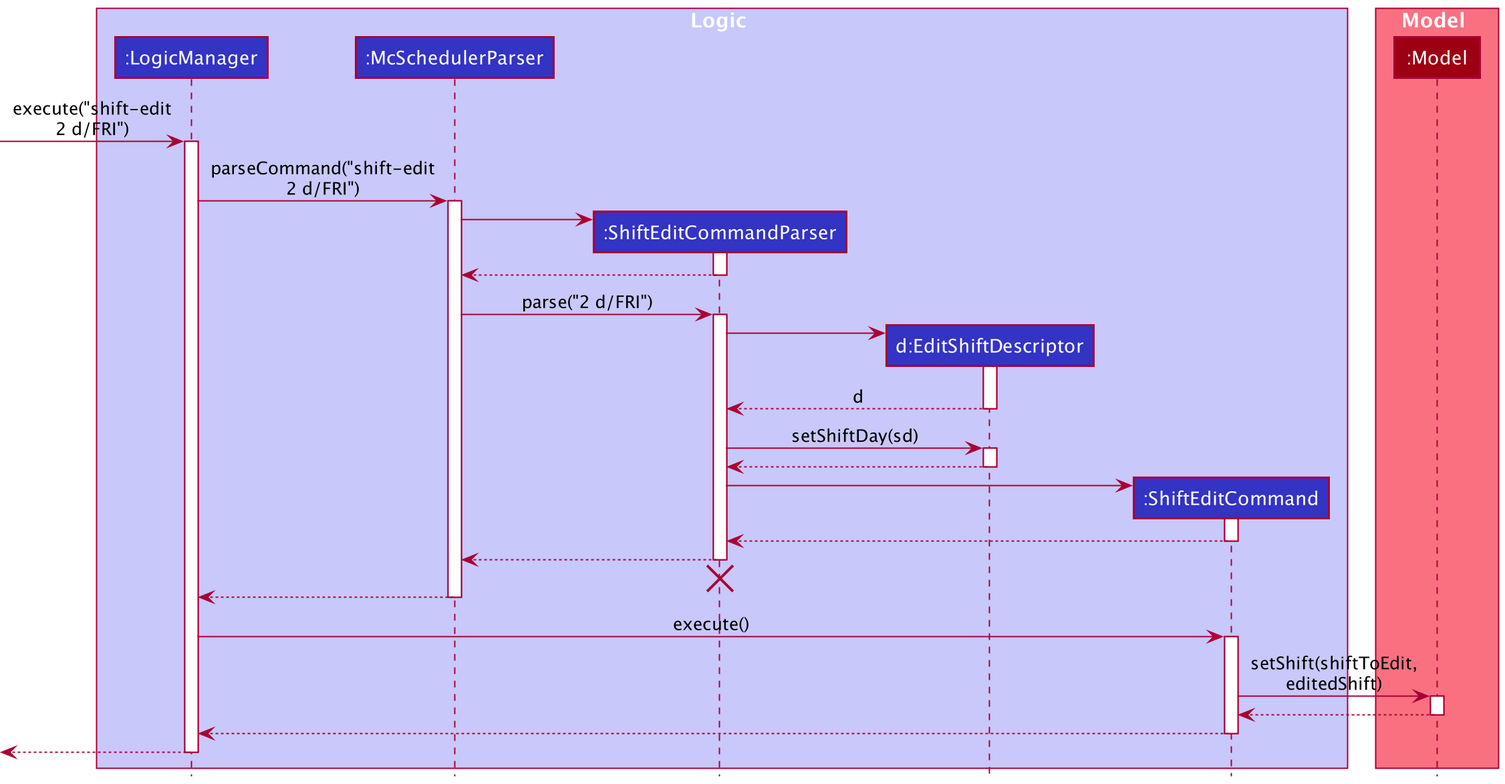
Above: docs/images/EditShiftSequenceDiagram.png in wakululuu/tp (PlantUML), before the change.
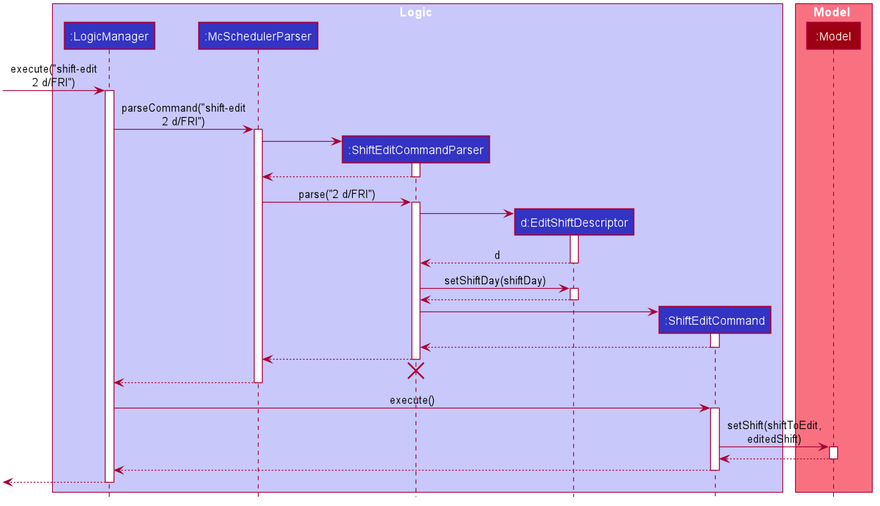
The same file after the commit.

What changed in the source:
```diff
@@ -1,16 +1,65 @@
 @startuml
-!include style.puml
 
-box Logic LOGIC_COLOR_T1
-participant ":LogicManager" as LogicManager LOGIC_COLOR
-participant ":McSchedulerParser" as McSchedulerParser LOGIC_COLOR
-participant ":ShiftEditCommandParser" as ShiftEditCommandParser LOGIC_COLOR
-participant "d:EditShiftDescriptor" as EditShiftDescriptor LOGIC_COLOR
-participant ":ShiftEditCommand" as ShiftEditCommand LOGIC_COLOR
+
+
+
+
+
+
+
+skinparam BackgroundColor #FFFFFFF
+
+skinparam Shadowing false
+
+skinparam Class {
+    FontColor #FFFFFF
+    BorderThickness 1
+    BorderColor #FFFFFF
+    StereotypeFontColor #FFFFFF
+    FontName Arial
+    AttributeFontColor #FFFFFF
+    AttributeFontName Arial
+}
+
+skinparam Actor {
+    BorderColor #000000
+    Color #000000
+    FontName Arial
+}
+
+skinparam Sequence {
+    MessageAlign center
+    BoxFontSize 15
+    BoxPadding 0
+    BoxFontColor #FFFFFF
+    FontName Arial
+}
+
+skinparam Participant {
+    FontColor #FFFFFFF
+    Padding 20
+}
+
+skinparam MinClassWidth 50
+skinparam ParticipantPadding 10
+skinparam Shadowing false
+skinparam DefaultTextAlignment center
+skinparam packageStyle Rectangle
+
+hide footbox
+hide empty members
+hide circle
+
+box Logic #C8C8FA
+participant ":LogicManager" as LogicManager #3333C4
+participant ":McSchedulerParser" as McSchedulerParser #3333C4
+participant ":ShiftEditCommandParser" as ShiftEditCommandParser #3333C4
+participant "d:EditShiftDescriptor" as EditShiftDescriptor #3333C4
+participant ":ShiftEditCommand" as ShiftEditCommand #3333C4
 end box
 
-box Model MODEL_COLOR_T1
-participant ":Model" as Model MODEL_COLOR
+box Model #F97181
+participant ":Model" as Model #9D0012
 end box
 
 [-> LogicManager : execute("shift-edit\n2 d/FRI")
@@ -34,7 +83,7 @@
 EditShiftDescriptor --> ShiftEditCommandParser : d
 deactivate EditShiftDescriptor
 
-ShiftEditCommandParser -> EditShiftDescriptor : setShiftDay(sd)
+ShiftEditCommandParser -> EditShiftDescriptor : setShiftDay(shiftDay)
 activate EditShiftDescriptor
 EditShiftDescriptor --> ShiftEditCommandParser
 deactivate EditShiftDescriptor
```
